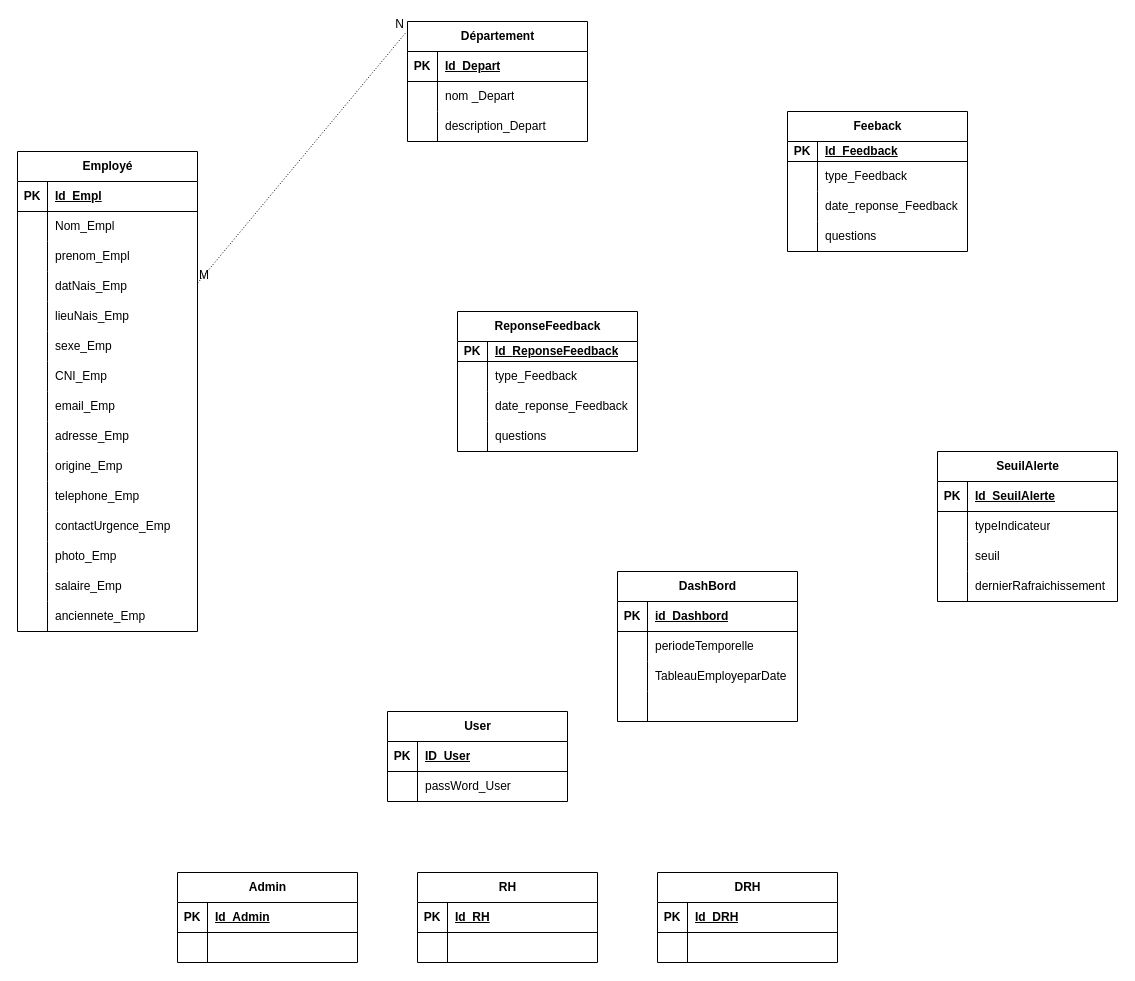
DylanTigo/sitemap_retentionPro keeps this draw.io diagram as MCD.drawio. Above is the earlier version. Source tidied: cells renumbered, new cells numbered last; positions are measured from the earlier drawing's top-left corner, leaving out a move shared by most shapes. Both pictures are drawn from the tidied source at 100%, with x=0, y=0 at pixel (17, 21).
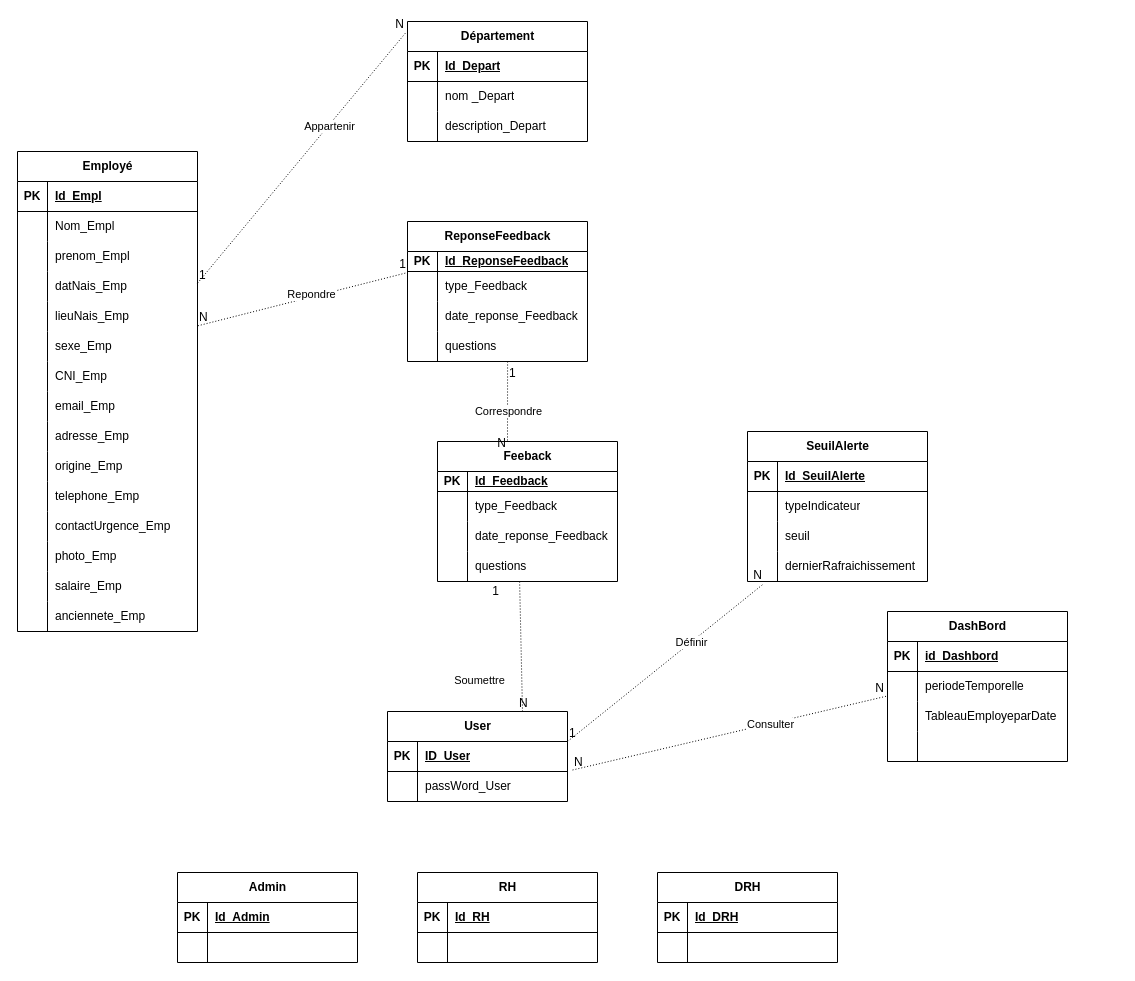
Above is the later version.

Commit message (it also covers changes not shown here):
Mettre à jour MCD.drawio

The change refers to these unchanged cells:
```xml
<mxCell id="15" style="shape=tableRow;horizontal=0;startSize=0;swimlaneHead=0;swimlaneBody=0;fillColor=none;points=[[0,0.5],[1,0.5]];portConstraint=eastwest;top=0;left=0;right=0;bottom=0;" parent="2" vertex="1">
  <mxGeometry y="150" width="180" height="30" as="geometry" />
</mxCell>
<mxCell id="68" style="shape=tableRow;horizontal=0;startSize=0;swimlaneHead=0;swimlaneBody=0;fillColor=none;points=[[0,0.5],[1,0.5]];portConstraint=eastwest;top=0;left=0;right=0;bottom=0;" parent="58" vertex="1">
  <mxGeometry y="110" width="180" height="30" as="geometry" />
</mxCell>
<mxCell id="71" value="User" style="shape=table;startSize=30;childLayout=tableLayout;rowLines=0;fontStyle=1;align=center;html=1;" parent="1" vertex="1">
  <mxGeometry x="370" y="690" width="180" height="90" as="geometry" />
</mxCell>
<mxCell id="72" style="shape=tableRow;horizontal=0;startSize=0;swimlaneHead=0;swimlaneBody=0;fillColor=none;points=[[0,0.5],[1,0.5]];portConstraint=eastwest;top=0;left=0;right=0;bottom=1;" parent="71" vertex="1">
  <mxGeometry y="30" width="180" height="30" as="geometry" />
</mxCell>
<mxCell id="75" style="shape=tableRow;horizontal=0;startSize=0;swimlaneHead=0;swimlaneBody=0;fillColor=none;points=[[0,0.5],[1,0.5]];portConstraint=eastwest;top=0;left=0;right=0;bottom=0;" parent="71" vertex="1">
  <mxGeometry y="60" width="180" height="30" as="geometry" />
</mxCell>
<mxCell id="79" style="shape=tableRow;horizontal=0;startSize=0;swimlaneHead=0;swimlaneBody=0;fillColor=none;points=[[0,0.5],[1,0.5]];portConstraint=eastwest;top=0;left=0;right=0;bottom=1;" parent="78" vertex="1">
  <mxGeometry y="30" width="180" height="20" as="geometry" />
</mxCell>
<mxCell id="88" style="shape=tableRow;horizontal=0;startSize=0;swimlaneHead=0;swimlaneBody=0;fillColor=none;points=[[0,0.5],[1,0.5]];portConstraint=eastwest;top=0;left=0;right=0;bottom=0;" parent="78" vertex="1">
  <mxGeometry y="110" width="180" height="30" as="geometry" />
</mxCell>
<mxCell id="119" style="shape=tableRow;horizontal=0;startSize=0;swimlaneHead=0;swimlaneBody=0;fillColor=none;points=[[0,0.5],[1,0.5]];portConstraint=eastwest;top=0;left=0;right=0;bottom=0;" parent="112" vertex="1">
  <mxGeometry y="90" width="180" height="30" as="geometry" />
</mxCell>
<mxCell id="135" style="shape=tableRow;horizontal=0;startSize=0;swimlaneHead=0;swimlaneBody=0;fillColor=none;points=[[0,0.5],[1,0.5]];portConstraint=eastwest;top=0;left=0;right=0;bottom=0;" parent="125" vertex="1">
  <mxGeometry y="120" width="180" height="30" as="geometry" />
</mxCell>
<mxCell id="138" style="endArrow=none;html=1;rounded=0;dashed=1;dashPattern=1 2;entryX=-0.01;entryY=0.094;entryDx=0;entryDy=0;entryPerimeter=0;" parent="1" edge="1" source="2" target="48">
  <mxGeometry relative="1" as="geometry" />
</mxCell>
```

What changed in the source:
```diff
@@
     <mxCell id="58" value="Feeback" style="shape=table;startSize=30;childLayout=tableLayout;rowLines=0;fontStyle=1;align=center;html=1;" parent="1" vertex="1">
-      <mxGeometry x="770" y="90" width="180" height="140" as="geometry" />
+      <mxGeometry x="420" y="420" width="180" height="140" as="geometry" />
     </mxCell>
@@
     <mxCell id="78" value="ReponseFeedback" style="shape=table;startSize=30;childLayout=tableLayout;rowLines=0;fontStyle=1;align=center;html=1;" parent="1" vertex="1">
-      <mxGeometry x="440" y="290" width="180" height="140" as="geometry" />
+      <mxGeometry x="390" y="200" width="180" height="140" as="geometry" />
     </mxCell>
@@
     <mxCell id="112" value="DashBord" style="shape=table;startSize=30;childLayout=tableLayout;rowLines=0;fontStyle=1;align=center;html=1;" parent="1" vertex="1">
-      <mxGeometry x="600" y="550" width="180" height="150" as="geometry" />
+      <mxGeometry x="870" y="590" width="180" height="150" as="geometry" />
     </mxCell>
@@
     <mxCell id="125" value="SeuilAlerte" style="shape=table;startSize=30;childLayout=tableLayout;rowLines=0;fontStyle=1;align=center;html=1;" parent="1" vertex="1">
-      <mxGeometry x="920" y="430" width="180" height="150" as="geometry" />
+      <mxGeometry x="730" y="410" width="180" height="150" as="geometry" />
     </mxCell>
@@
-    <mxCell id="139" value="M" style="html=1;whiteSpace=wrap;align=left;verticalAlign=bottom;direction=south;" parent="138" vertex="1">
+    <mxCell id="139" value="1" style="html=1;whiteSpace=wrap;align=left;verticalAlign=bottom;direction=south;" parent="138" vertex="1">
       <mxGeometry x="-1" relative="1" as="geometry" />
     </mxCell>
@@
+    <mxCell id="141" value="Appartenir" style="edgeLabel;html=1;align=center;verticalAlign=middle;" parent="138" vertex="1">
+      <mxGeometry x="0.26" relative="1" as="geometry" />
+    </mxCell>
+    <mxCell id="142" style="endArrow=none;html=1;rounded=0;dashed=1;dashPattern=1 2;entryX=-0.002;entryY=1.058;entryDx=0;entryDy=0;entryPerimeter=0;exitX=1.002;exitY=0.81;exitDx=0;exitDy=0;exitPerimeter=0;" parent="1" edge="1" source="15" target="79">
+      <mxGeometry relative="1" as="geometry" />
+    </mxCell>
+    <mxCell id="143" value="N" style="html=1;whiteSpace=wrap;align=left;verticalAlign=bottom;" parent="142" vertex="1">
+      <mxGeometry x="-1" relative="1" as="geometry" />
+    </mxCell>
+    <mxCell id="144" value="1" style="html=1;whiteSpace=wrap;align=right;verticalAlign=bottom;" parent="142" vertex="1">
+      <mxGeometry x="1" relative="1" as="geometry" />
+    </mxCell>
+    <mxCell id="145" value="Repondre" style="edgeLabel;html=1;align=center;verticalAlign=middle;" parent="142" vertex="1">
+      <mxGeometry x="0.09" y="3" relative="1" as="geometry" />
+    </mxCell>
+    <mxCell id="146" style="endArrow=none;html=1;rounded=0;dashed=1;dashPattern=1 2;exitX=0.75;exitY=0;exitDx=0;exitDy=0;entryX=0.456;entryY=0.941;entryDx=0;entryDy=0;entryPerimeter=0;" parent="1" edge="1" source="71" target="68">
+      <mxGeometry relative="1" as="geometry" />
+    </mxCell>
+    <mxCell id="147" value="N" style="html=1;whiteSpace=wrap;align=left;verticalAlign=bottom;direction=south;" parent="146" vertex="1">
+      <mxGeometry x="-1" relative="1" as="geometry">
+        <mxPoint x="-5" as="offset" />
+      </mxGeometry>
+    </mxCell>
+    <mxCell id="148" value="1" style="html=1;whiteSpace=wrap;align=right;verticalAlign=bottom;" parent="146" vertex="1">
+      <mxGeometry x="1" relative="1" as="geometry">
+        <mxPoint x="-19" y="20" as="offset" />
+      </mxGeometry>
+    </mxCell>
+    <mxCell id="149" value="Soumettre" style="edgeLabel;html=1;align=center;verticalAlign=middle;" parent="146" vertex="1">
+      <mxGeometry x="0.26" relative="1" as="geometry">
+        <mxPoint x="-42" y="51" as="offset" />
+      </mxGeometry>
+    </mxCell>
+    <mxCell id="150" style="endArrow=none;html=1;rounded=0;dashed=1;dashPattern=1 2;exitX=0.556;exitY=1;exitDx=0;exitDy=0;exitPerimeter=0;" parent="1" edge="1" source="88">
+      <mxGeometry relative="1" as="geometry">
+        <mxPoint x="490" y="420" as="targetPoint" />
+      </mxGeometry>
+    </mxCell>
+    <mxCell id="151" value="1" style="html=1;whiteSpace=wrap;align=left;verticalAlign=bottom;direction=south;" parent="150" vertex="1">
+      <mxGeometry x="-1" relative="1" as="geometry">
+        <mxPoint y="20" as="offset" />
+      </mxGeometry>
+    </mxCell>
+    <mxCell id="152" value="N" style="html=1;whiteSpace=wrap;align=right;verticalAlign=bottom;" parent="150" vertex="1">
+      <mxGeometry x="1" relative="1" as="geometry">
+        <mxPoint y="10" as="offset" />
+      </mxGeometry>
+    </mxCell>
+    <mxCell id="153" value="Correspondre" style="edgeLabel;html=1;align=center;verticalAlign=middle;" parent="150" vertex="1">
+      <mxGeometry x="0.26" relative="1" as="geometry" />
+    </mxCell>
+    <mxCell id="154" style="endArrow=none;html=1;rounded=0;dashed=1;dashPattern=1 2;entryX=0.09;entryY=1.075;entryDx=0;entryDy=0;entryPerimeter=0;exitX=1;exitY=0;exitDx=0;exitDy=0;exitPerimeter=0;" parent="1" edge="1" source="72" target="135">
+      <mxGeometry relative="1" as="geometry" />
+    </mxCell>
+    <mxCell id="155" value="1" style="html=1;whiteSpace=wrap;align=left;verticalAlign=bottom;direction=south;" parent="154" vertex="1">
+      <mxGeometry x="-1" relative="1" as="geometry" />
+    </mxCell>
+    <mxCell id="156" value="N" style="html=1;whiteSpace=wrap;align=right;verticalAlign=bottom;" parent="154" vertex="1">
+      <mxGeometry x="1" relative="1" as="geometry" />
+    </mxCell>
+    <mxCell id="157" value="Définir" style="edgeLabel;html=1;align=center;verticalAlign=middle;" parent="154" vertex="1">
+      <mxGeometry x="0.26" relative="1" as="geometry" />
+    </mxCell>
+    <mxCell id="158" style="endArrow=none;html=1;rounded=0;dashed=1;dashPattern=1 2;entryX=-0.007;entryY=-0.175;entryDx=0;entryDy=0;entryPerimeter=0;exitX=1.028;exitY=-0.05;exitDx=0;exitDy=0;exitPerimeter=0;" parent="1" edge="1" source="75" target="119">
+      <mxGeometry relative="1" as="geometry" />
+    </mxCell>
+    <mxCell id="159" value="N" style="html=1;whiteSpace=wrap;align=left;verticalAlign=bottom;direction=south;" parent="158" vertex="1">
+      <mxGeometry x="-1" relative="1" as="geometry" />
+    </mxCell>
+    <mxCell id="160" value="N" style="html=1;whiteSpace=wrap;align=right;verticalAlign=bottom;" parent="158" vertex="1">
+      <mxGeometry x="1" relative="1" as="geometry" />
+    </mxCell>
+    <mxCell id="161" value="Consulter" style="edgeLabel;html=1;align=center;verticalAlign=middle;" parent="158" vertex="1">
+      <mxGeometry x="0.26" relative="1" as="geometry" />
+    </mxCell>
```
